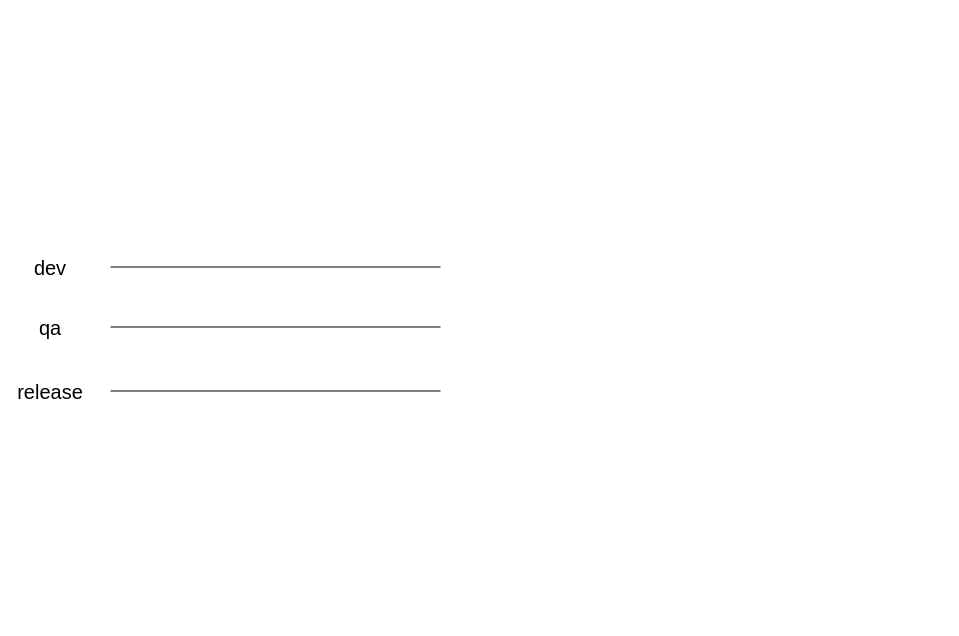
Before: 分支管理问题.drawio in KeatonLi/pictures, a draw.io diagram. Source tidied: cells renumbered, new cells numbered last; positions are measured from the earlier drawing's top-left corner, leaving out a move shared by most shapes. Both pictures are drawn from the tidied source at 100%, with x=0, y=0 at pixel (20, 252).
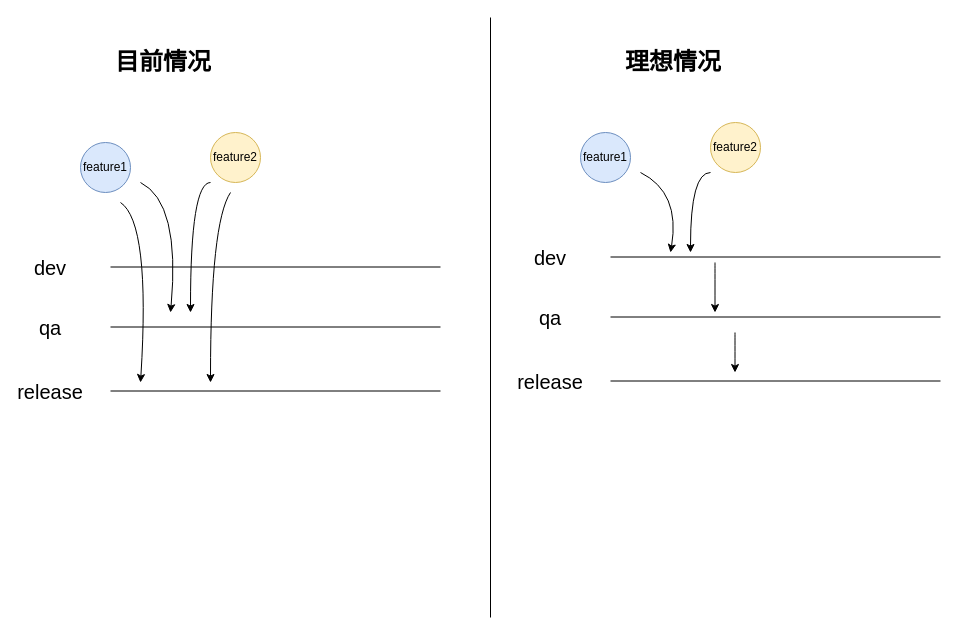
After the change.

Commit message (it also covers changes not shown here):
更新分支管理问题.drawio

The edit, as a diff of the source:
```diff
@@
+    <mxCell id="8" value="feature1" style="ellipse;whiteSpace=wrap;html=1;fillColor=#dae8fc;strokeColor=#6c8ebf;" parent="1" vertex="1">
+      <mxGeometry x="60" y="-110" width="50" height="50" as="geometry" />
+    </mxCell>
+    <mxCell id="9" style="endArrow=classic;html=1;curved=1;" parent="1" edge="1">
+      <mxGeometry relative="1" as="geometry">
+        <mxPoint x="120" y="-70" as="sourcePoint" />
+        <mxPoint x="150" y="60" as="targetPoint" />
+        <Array as="points">
+          <mxPoint x="160" y="-50" />
+        </Array>
+      </mxGeometry>
+    </mxCell>
+    <mxCell id="10" value="&lt;h1&gt;目前情况&lt;/h1&gt;" style="text;html=1;strokeColor=none;fillColor=none;spacing=5;spacingTop=-20;whiteSpace=wrap;overflow=hidden;rounded=0;" parent="1" vertex="1">
+      <mxGeometry x="90" y="-210" width="190" height="120" as="geometry" />
+    </mxCell>
+    <mxCell id="11" value="feature2" style="ellipse;whiteSpace=wrap;html=1;fillColor=#fff2cc;strokeColor=#d6b656;" parent="1" vertex="1">
+      <mxGeometry x="190" y="-120" width="50" height="50" as="geometry" />
+    </mxCell>
+    <mxCell id="12" style="endArrow=none;html=1;rounded=0;" parent="1" edge="1">
+      <mxGeometry relative="1" as="geometry">
+        <mxPoint x="470" y="365" as="sourcePoint" />
+        <mxPoint x="470" y="-235" as="targetPoint" />
+      </mxGeometry>
+    </mxCell>
+    <mxCell id="13" style="endArrow=classic;html=1;curved=1;" parent="1" edge="1">
+      <mxGeometry relative="1" as="geometry">
+        <mxPoint x="190" y="-70" as="sourcePoint" />
+        <mxPoint x="170" y="60" as="targetPoint" />
+        <Array as="points">
+          <mxPoint x="170" y="-70" />
+        </Array>
+      </mxGeometry>
+    </mxCell>
+    <mxCell id="14" style="endArrow=classic;html=1;curved=1;" parent="1" edge="1">
+      <mxGeometry relative="1" as="geometry">
+        <mxPoint x="100" y="-50" as="sourcePoint" />
+        <mxPoint x="120" y="130" as="targetPoint" />
+        <Array as="points">
+          <mxPoint x="130" y="-30" />
+        </Array>
+      </mxGeometry>
+    </mxCell>
+    <mxCell id="15" style="endArrow=classic;html=1;curved=1;" parent="1" edge="1">
+      <mxGeometry relative="1" as="geometry">
+        <mxPoint x="210" y="-60" as="sourcePoint" />
+        <mxPoint x="190" y="130" as="targetPoint" />
+        <Array as="points">
+          <mxPoint x="190" y="-30" />
+        </Array>
+      </mxGeometry>
+    </mxCell>
+    <mxCell id="16" value="&lt;h1&gt;理想情况&lt;/h1&gt;" style="text;html=1;strokeColor=none;fillColor=none;spacing=5;spacingTop=-20;whiteSpace=wrap;overflow=hidden;rounded=0;" parent="1" vertex="1">
+      <mxGeometry x="600" y="-210" width="190" height="120" as="geometry" />
+    </mxCell>
+    <mxCell id="17" style="endArrow=none;html=1;rounded=0;" parent="1" edge="1">
+      <mxGeometry relative="1" as="geometry">
+        <mxPoint x="590" y="4.5" as="sourcePoint" />
+        <mxPoint x="920" y="4.5" as="targetPoint" />
+      </mxGeometry>
+    </mxCell>
+    <mxCell id="18" value="&lt;font style=&quot;font-size: 20px;&quot;&gt;dev&lt;/font&gt;" style="text;html=1;strokeColor=none;fillColor=none;align=center;verticalAlign=middle;whiteSpace=wrap;rounded=0;" parent="1" vertex="1">
+      <mxGeometry x="500" y="-10" width="60" height="30" as="geometry" />
+    </mxCell>
+    <mxCell id="19" style="endArrow=none;html=1;rounded=0;" parent="1" edge="1">
+      <mxGeometry relative="1" as="geometry">
+        <mxPoint x="590" y="64.5" as="sourcePoint" />
+        <mxPoint x="920" y="64.5" as="targetPoint" />
+      </mxGeometry>
+    </mxCell>
+    <mxCell id="20" value="&lt;font style=&quot;font-size: 20px;&quot;&gt;qa&lt;/font&gt;" style="text;html=1;strokeColor=none;fillColor=none;align=center;verticalAlign=middle;whiteSpace=wrap;rounded=0;" parent="1" vertex="1">
+      <mxGeometry x="500" y="50" width="60" height="30" as="geometry" />
+    </mxCell>
+    <mxCell id="21" style="endArrow=none;html=1;rounded=0;" parent="1" edge="1">
+      <mxGeometry relative="1" as="geometry">
+        <mxPoint x="590" y="128.5" as="sourcePoint" />
+        <mxPoint x="920" y="128.5" as="targetPoint" />
+      </mxGeometry>
+    </mxCell>
+    <mxCell id="22" value="&lt;font style=&quot;font-size: 20px;&quot;&gt;release&lt;/font&gt;" style="text;html=1;strokeColor=none;fillColor=none;align=center;verticalAlign=middle;whiteSpace=wrap;rounded=0;" parent="1" vertex="1">
+      <mxGeometry x="500" y="114" width="60" height="30" as="geometry" />
+    </mxCell>
+    <mxCell id="23" value="feature1" style="ellipse;whiteSpace=wrap;html=1;fillColor=#dae8fc;strokeColor=#6c8ebf;" parent="1" vertex="1">
+      <mxGeometry x="560" y="-120" width="50" height="50" as="geometry" />
+    </mxCell>
+    <mxCell id="24" style="endArrow=classic;html=1;curved=1;" parent="1" edge="1">
+      <mxGeometry relative="1" as="geometry">
+        <mxPoint x="620" y="-80" as="sourcePoint" />
+        <mxPoint x="650" as="targetPoint" />
+        <Array as="points">
+          <mxPoint x="660" y="-60" />
+        </Array>
+      </mxGeometry>
+    </mxCell>
+    <mxCell id="25" value="feature2" style="ellipse;whiteSpace=wrap;html=1;fillColor=#fff2cc;strokeColor=#d6b656;" parent="1" vertex="1">
+      <mxGeometry x="690" y="-130" width="50" height="50" as="geometry" />
+    </mxCell>
+    <mxCell id="26" style="endArrow=classic;html=1;curved=1;" parent="1" edge="1">
+      <mxGeometry relative="1" as="geometry">
+        <mxPoint x="690" y="-80" as="sourcePoint" />
+        <mxPoint x="670" as="targetPoint" />
+        <Array as="points">
+          <mxPoint x="670" y="-80" />
+        </Array>
+      </mxGeometry>
+    </mxCell>
+    <mxCell id="27" style="endArrow=classic;html=1;curved=1;" parent="1" edge="1">
+      <mxGeometry relative="1" as="geometry">
+        <mxPoint x="694.5" y="10" as="sourcePoint" />
+        <mxPoint x="694.5" y="60" as="targetPoint" />
+      </mxGeometry>
+    </mxCell>
+    <mxCell id="28" style="endArrow=classic;html=1;curved=1;" parent="1" edge="1">
+      <mxGeometry relative="1" as="geometry">
+        <mxPoint x="714.5" y="80" as="sourcePoint" />
+        <mxPoint x="714.5" y="120" as="targetPoint" />
+      </mxGeometry>
+    </mxCell>
```
